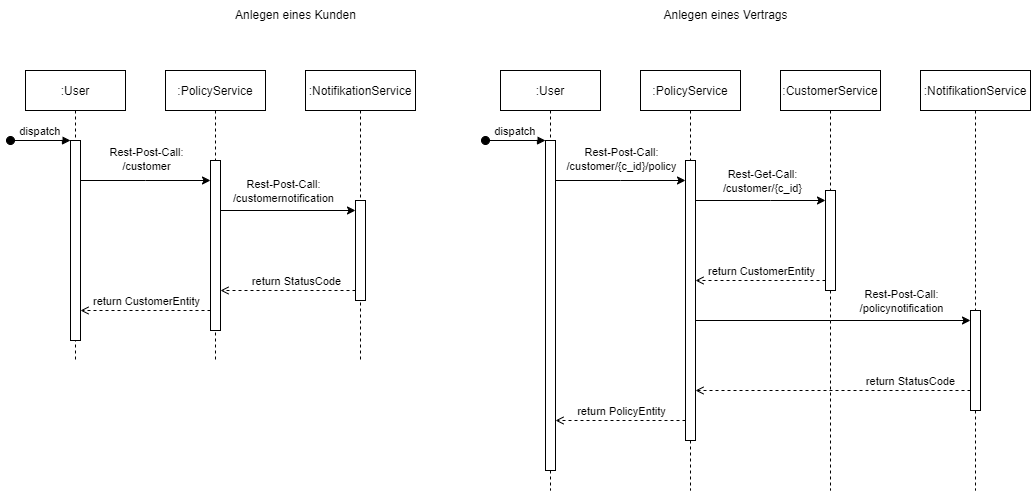
Above: RDA/RDA-Sequenzdiagramm.png in danieland2606/Bachelorprojekt (draw.io), before the change. Source tidied: cells renumbered, new cells last; positions are measured from the earlier drawing's top-left corner, leaving out a move shared by most shapes. The source it was exported from:
```xml
<mxGraphModel>
  <root>
    <mxCell id="0" />
    <mxCell id="1" parent="0" />
    <mxCell id="2" value=":User" style="shape=umlLifeline;perimeter=lifelinePerimeter;rounded=0;shadow=0;strokeWidth=1;" parent="1" vertex="1">
      <mxGeometry x="15" y="70" width="100" height="290" as="geometry" />
    </mxCell>
    <mxCell id="3" style="points=[];perimeter=orthogonalPerimeter;rounded=0;shadow=0;strokeWidth=1;" parent="2" vertex="1">
      <mxGeometry x="45" y="70" width="10" height="200" as="geometry" />
    </mxCell>
    <mxCell id="4" value="dispatch" style="verticalAlign=bottom;startArrow=oval;endArrow=block;startSize=8;shadow=0;strokeWidth=1;" parent="2" edge="1" target="3">
      <mxGeometry relative="1" as="geometry">
        <mxPoint x="-15" y="70" as="sourcePoint" />
      </mxGeometry>
    </mxCell>
    <mxCell id="5" value=":PolicyService" style="shape=umlLifeline;perimeter=lifelinePerimeter;rounded=0;shadow=0;strokeWidth=1;" parent="1" vertex="1">
      <mxGeometry x="155" y="70" width="100" height="290" as="geometry" />
    </mxCell>
    <mxCell id="6" style="points=[];perimeter=orthogonalPerimeter;rounded=0;shadow=0;strokeWidth=1;" parent="5" vertex="1">
      <mxGeometry x="45" y="90" width="10" height="170" as="geometry" />
    </mxCell>
    <mxCell id="7" value="Anlegen eines Kunden" style="text;html=1;align=center;verticalAlign=middle;strokeColor=none;fillColor=none;" parent="1" vertex="1">
      <mxGeometry x="215" width="140" height="30" as="geometry" />
    </mxCell>
    <mxCell id="8" value=":NotifikationService" style="shape=umlLifeline;perimeter=lifelinePerimeter;rounded=0;shadow=0;strokeWidth=1;" parent="1" vertex="1">
      <mxGeometry x="295" y="70" width="110" height="290" as="geometry" />
    </mxCell>
    <mxCell id="9" style="points=[];perimeter=orthogonalPerimeter;rounded=0;shadow=0;strokeWidth=1;" parent="8" vertex="1">
      <mxGeometry x="50" y="130" width="10" height="100" as="geometry" />
    </mxCell>
    <mxCell id="10" style="edgeStyle=orthogonalEdgeStyle;rounded=0;jettySize=auto;html=1;" parent="1" edge="1" source="3" target="6">
      <mxGeometry relative="1" as="geometry">
        <Array as="points">
          <mxPoint x="135" y="180" />
          <mxPoint x="135" y="180" />
        </Array>
      </mxGeometry>
    </mxCell>
    <mxCell id="11" value="Rest-Post-Call:&lt;br&gt;/customer" style="edgeLabel;html=1;align=center;verticalAlign=middle;" parent="10" vertex="1">
      <mxGeometry x="0.2" y="2" relative="1" as="geometry">
        <mxPoint x="-13" y="-20" as="offset" />
      </mxGeometry>
    </mxCell>
    <mxCell id="12" style="edgeStyle=orthogonalEdgeStyle;rounded=0;jettySize=auto;html=1;dashed=1;endArrow=open;endFill=0;" parent="1" edge="1" source="6" target="3">
      <mxGeometry relative="1" as="geometry">
        <Array as="points">
          <mxPoint x="125" y="310" />
          <mxPoint x="125" y="310" />
        </Array>
      </mxGeometry>
    </mxCell>
    <mxCell id="13" value="return CustomerEntity" style="edgeLabel;html=1;align=center;verticalAlign=middle;" parent="12" vertex="1">
      <mxGeometry x="0.34" y="-1" relative="1" as="geometry">
        <mxPoint x="22" y="-9" as="offset" />
      </mxGeometry>
    </mxCell>
    <mxCell id="14" style="edgeStyle=orthogonalEdgeStyle;rounded=0;jettySize=auto;html=1;" parent="1" edge="1" target="9">
      <mxGeometry relative="1" as="geometry">
        <mxPoint x="210" y="200" as="sourcePoint" />
        <Array as="points">
          <mxPoint x="345" y="210" />
          <mxPoint x="345" y="210" />
        </Array>
      </mxGeometry>
    </mxCell>
    <mxCell id="15" value="Rest-Post-Call:&lt;br style=&quot;border-color: var(--border-color);&quot;&gt;/customernotification" style="edgeLabel;html=1;align=center;verticalAlign=middle;" parent="14" vertex="1">
      <mxGeometry x="0.41" y="1" relative="1" as="geometry">
        <mxPoint x="-30" y="-19" as="offset" />
      </mxGeometry>
    </mxCell>
    <mxCell id="16" style="edgeStyle=orthogonalEdgeStyle;rounded=0;jettySize=auto;html=1;dashed=1;endArrow=open;endFill=0;" parent="1" edge="1" source="9" target="6">
      <mxGeometry relative="1" as="geometry">
        <Array as="points">
          <mxPoint x="275" y="290" />
          <mxPoint x="275" y="290" />
        </Array>
      </mxGeometry>
    </mxCell>
    <mxCell id="17" value="return StatusCode" style="edgeLabel;html=1;align=center;verticalAlign=middle;" parent="16" vertex="1">
      <mxGeometry x="-0.19" relative="1" as="geometry">
        <mxPoint x="-5" y="-10" as="offset" />
      </mxGeometry>
    </mxCell>
    <mxCell id="18" value=":User" style="shape=umlLifeline;perimeter=lifelinePerimeter;rounded=0;shadow=0;strokeWidth=1;" parent="1" vertex="1">
      <mxGeometry x="490" y="70" width="100" height="420" as="geometry" />
    </mxCell>
    <mxCell id="19" style="points=[];perimeter=orthogonalPerimeter;rounded=0;shadow=0;strokeWidth=1;" parent="18" vertex="1">
      <mxGeometry x="45" y="70" width="10" height="330" as="geometry" />
    </mxCell>
    <mxCell id="20" value="dispatch" style="verticalAlign=bottom;startArrow=oval;endArrow=block;startSize=8;shadow=0;strokeWidth=1;" parent="18" edge="1" target="19">
      <mxGeometry relative="1" as="geometry">
        <mxPoint x="-15" y="70" as="sourcePoint" />
      </mxGeometry>
    </mxCell>
    <mxCell id="21" value=":PolicyService" style="shape=umlLifeline;perimeter=lifelinePerimeter;rounded=0;shadow=0;strokeWidth=1;" parent="1" vertex="1">
      <mxGeometry x="630" y="70" width="100" height="420" as="geometry" />
    </mxCell>
    <mxCell id="22" style="points=[];perimeter=orthogonalPerimeter;rounded=0;shadow=0;strokeWidth=1;" parent="21" vertex="1">
      <mxGeometry x="45" y="90" width="10" height="280" as="geometry" />
    </mxCell>
    <mxCell id="23" value=":CustomerService" style="shape=umlLifeline;perimeter=lifelinePerimeter;rounded=0;shadow=0;strokeWidth=1;" parent="1" vertex="1">
      <mxGeometry x="770" y="70" width="100" height="420" as="geometry" />
    </mxCell>
    <mxCell id="24" style="points=[];perimeter=orthogonalPerimeter;rounded=0;shadow=0;strokeWidth=1;" parent="23" vertex="1">
      <mxGeometry x="45" y="120" width="10" height="100" as="geometry" />
    </mxCell>
    <mxCell id="25" value="Anlegen eines Vertrags" style="text;html=1;align=center;verticalAlign=middle;strokeColor=none;fillColor=none;" parent="1" vertex="1">
      <mxGeometry x="640" width="150" height="30" as="geometry" />
    </mxCell>
    <mxCell id="26" value=":NotifikationService" style="shape=umlLifeline;perimeter=lifelinePerimeter;rounded=0;shadow=0;strokeWidth=1;" parent="1" vertex="1">
      <mxGeometry x="910" y="70" width="110" height="420" as="geometry" />
    </mxCell>
    <mxCell id="27" style="points=[];perimeter=orthogonalPerimeter;rounded=0;shadow=0;strokeWidth=1;" parent="26" vertex="1">
      <mxGeometry x="50" y="240" width="10" height="100" as="geometry" />
    </mxCell>
    <mxCell id="28" style="edgeStyle=orthogonalEdgeStyle;rounded=0;jettySize=auto;html=1;" parent="1" edge="1" source="19" target="22">
      <mxGeometry relative="1" as="geometry">
        <Array as="points">
          <mxPoint x="610" y="180" />
          <mxPoint x="610" y="180" />
        </Array>
      </mxGeometry>
    </mxCell>
    <mxCell id="29" value="Rest-Post-Call:&lt;br&gt;/customer/{c_id}/policy" style="edgeLabel;html=1;align=center;verticalAlign=middle;" parent="28" vertex="1">
      <mxGeometry x="0.2" y="2" relative="1" as="geometry">
        <mxPoint x="-13" y="-20" as="offset" />
      </mxGeometry>
    </mxCell>
    <mxCell id="30" style="edgeStyle=orthogonalEdgeStyle;rounded=0;jettySize=auto;html=1;dashed=1;endArrow=open;endFill=0;" parent="1" edge="1" source="22" target="19">
      <mxGeometry relative="1" as="geometry">
        <Array as="points">
          <mxPoint x="600" y="420" />
          <mxPoint x="600" y="420" />
        </Array>
      </mxGeometry>
    </mxCell>
    <mxCell id="31" value="return PolicyEntity" style="edgeLabel;html=1;align=center;verticalAlign=middle;" parent="30" vertex="1">
      <mxGeometry x="0.32" relative="1" as="geometry">
        <mxPoint x="21" y="-10" as="offset" />
      </mxGeometry>
    </mxCell>
    <mxCell id="32" style="edgeStyle=orthogonalEdgeStyle;rounded=0;jettySize=auto;html=1;" parent="1" edge="1" source="22" target="24">
      <mxGeometry relative="1" as="geometry">
        <Array as="points">
          <mxPoint x="760" y="200" />
          <mxPoint x="760" y="200" />
        </Array>
      </mxGeometry>
    </mxCell>
    <mxCell id="33" value="Rest-Get-Call:&lt;br style=&quot;border-color: var(--border-color);&quot;&gt;/customer/{c_id}" style="edgeLabel;html=1;align=center;verticalAlign=middle;" parent="32" vertex="1">
      <mxGeometry x="-0.19" y="-1" relative="1" as="geometry">
        <mxPoint x="13" y="-21" as="offset" />
      </mxGeometry>
    </mxCell>
    <mxCell id="34" style="edgeStyle=orthogonalEdgeStyle;rounded=0;jettySize=auto;html=1;dashed=1;endArrow=open;endFill=0;" parent="1" edge="1" source="24" target="22">
      <mxGeometry relative="1" as="geometry">
        <Array as="points">
          <mxPoint x="720" y="280" />
          <mxPoint x="720" y="280" />
        </Array>
      </mxGeometry>
    </mxCell>
    <mxCell id="35" value="return CustomerEntity" style="edgeLabel;html=1;align=center;verticalAlign=middle;" parent="34" vertex="1">
      <mxGeometry x="0.24" y="-2" relative="1" as="geometry">
        <mxPoint x="16" y="-8" as="offset" />
      </mxGeometry>
    </mxCell>
    <mxCell id="36" style="edgeStyle=orthogonalEdgeStyle;rounded=0;jettySize=auto;html=1;" parent="1" edge="1" source="22" target="27">
      <mxGeometry relative="1" as="geometry">
        <Array as="points">
          <mxPoint x="820" y="320" />
          <mxPoint x="820" y="320" />
        </Array>
      </mxGeometry>
    </mxCell>
    <mxCell id="37" value="Rest-Post-Call:&lt;br style=&quot;border-color: var(--border-color);&quot;&gt;/policynotification" style="edgeLabel;html=1;align=center;verticalAlign=middle;" parent="36" vertex="1">
      <mxGeometry x="0.41" y="1" relative="1" as="geometry">
        <mxPoint x="11" y="-19" as="offset" />
      </mxGeometry>
    </mxCell>
    <mxCell id="38" style="edgeStyle=orthogonalEdgeStyle;rounded=0;jettySize=auto;html=1;dashed=1;endArrow=open;endFill=0;" parent="1" edge="1" source="27" target="22">
      <mxGeometry relative="1" as="geometry">
        <Array as="points">
          <mxPoint x="830" y="390" />
          <mxPoint x="830" y="390" />
        </Array>
      </mxGeometry>
    </mxCell>
    <mxCell id="39" value="return StatusCode" style="edgeLabel;html=1;align=center;verticalAlign=middle;" parent="38" vertex="1">
      <mxGeometry x="-0.19" relative="1" as="geometry">
        <mxPoint x="51" y="-10" as="offset" />
      </mxGeometry>
    </mxCell>
  </root>
</mxGraphModel>
```
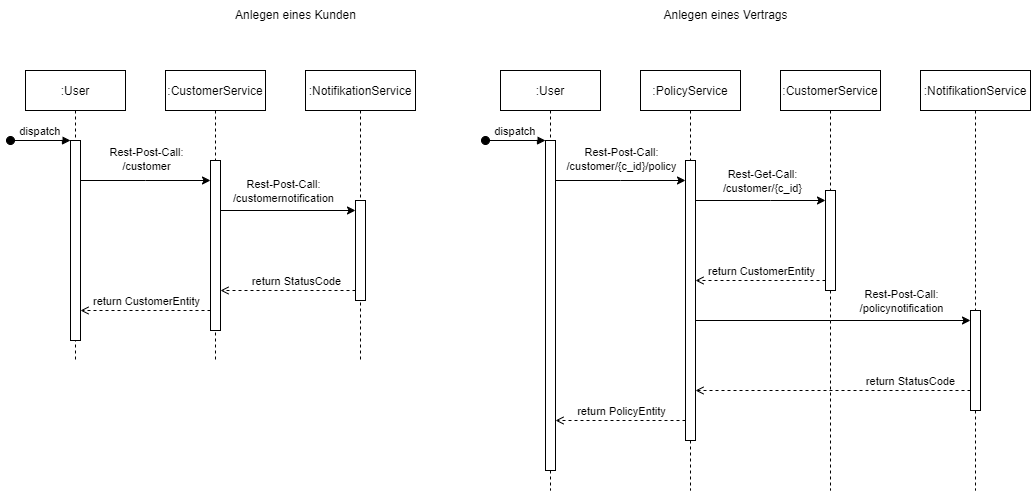
The same diagram one commit later.

Commit message:
Sequenzdiagramm ersetzt

What changed in the source:
```diff
@@ -13,7 +13,7 @@
         <mxPoint x="-15" y="70" as="sourcePoint" />
       </mxGeometry>
     </mxCell>
-    <mxCell id="5" value=":PolicyService" style="shape=umlLifeline;perimeter=lifelinePerimeter;rounded=0;shadow=0;strokeWidth=1;" parent="1" vertex="1">
+    <mxCell id="5" value=":CustomerService" style="shape=umlLifeline;perimeter=lifelinePerimeter;rounded=0;shadow=0;strokeWidth=1;" parent="1" vertex="1">
       <mxGeometry x="155" y="70" width="100" height="290" as="geometry" />
     </mxCell>
     <mxCell id="6" style="points=[];perimeter=orthogonalPerimeter;rounded=0;shadow=0;strokeWidth=1;" parent="5" vertex="1">
```
